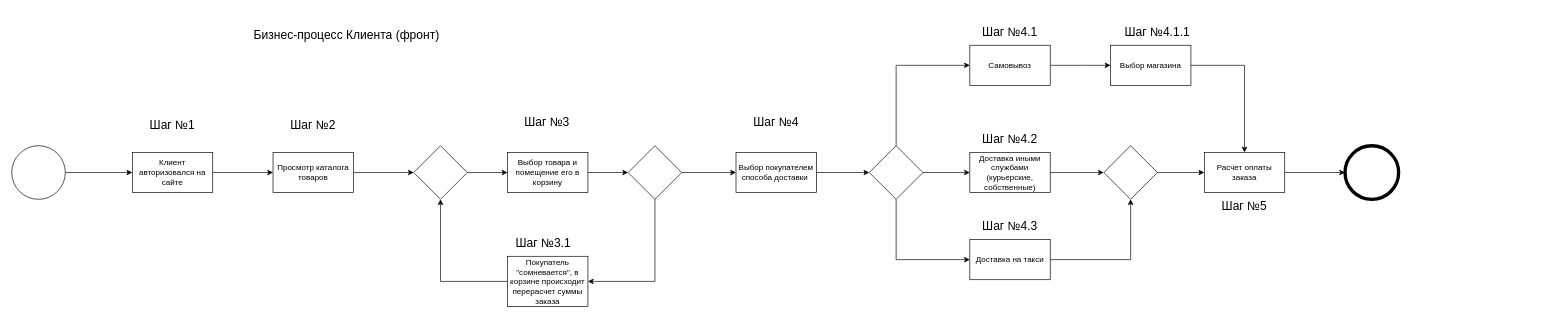
This is Untitled Diagram.drawio from VillyVonka537/iograf, a draw.io file, before an edit. Source tidied: cells renumbered, new cells numbered last; positions are measured from the earlier drawing's top-left corner, leaving out a move shared by most shapes. Both pictures are drawn from the tidied source at 67%, with x=0, y=0 at pixel (11, 11).
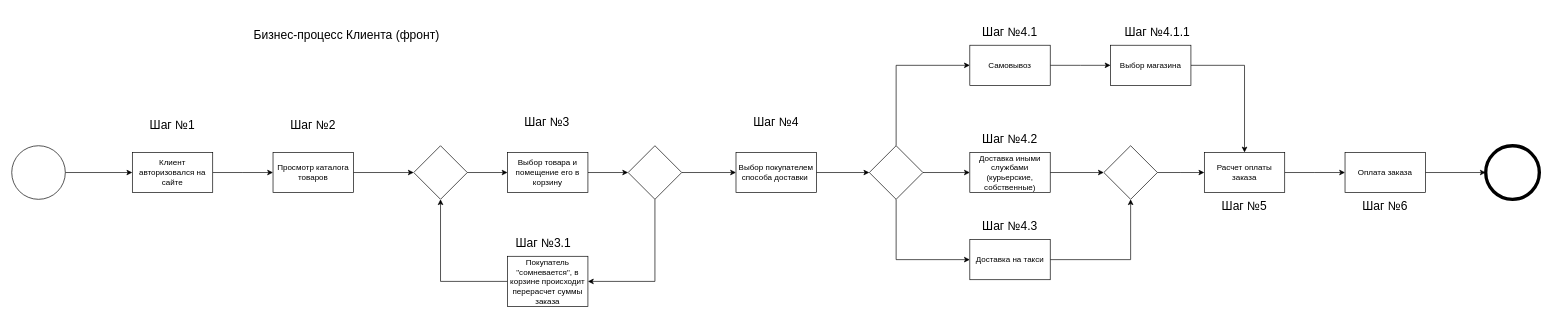
After the change.

Diff of the diagram source:
```diff
@@
     <mxCell id="46" style="ellipse;whiteSpace=wrap;html=1;strokeWidth=5;" parent="1" vertex="1">
-      <mxGeometry x="1990" y="200" width="80" height="80" as="geometry" />
+      <mxGeometry x="2200" y="200" width="80" height="80" as="geometry" />
     </mxCell>
+    <mxCell id="47" style="edgeStyle=orthogonalEdgeStyle;rounded=0;jettySize=auto;html=1;entryX=0;entryY=0.5;entryDx=0;entryDy=0;" parent="1" edge="1" source="48" target="46">
+      <mxGeometry relative="1" as="geometry" />
+    </mxCell>
+    <mxCell id="48" value="Оплата заказа" style="rounded=0;whiteSpace=wrap;html=1;" parent="1" vertex="1">
+      <mxGeometry x="1990" y="210" width="120" height="60" as="geometry" />
+    </mxCell>
+    <mxCell id="49" value="&lt;font style=&quot;font-size: 18px&quot;&gt;Шаг №6&lt;/font&gt;" style="text;html=1;strokeColor=none;fillColor=none;align=center;verticalAlign=middle;whiteSpace=wrap;rounded=0;" parent="1" vertex="1">
+      <mxGeometry x="2000" y="270" width="100" height="40" as="geometry" />
+    </mxCell>
```
